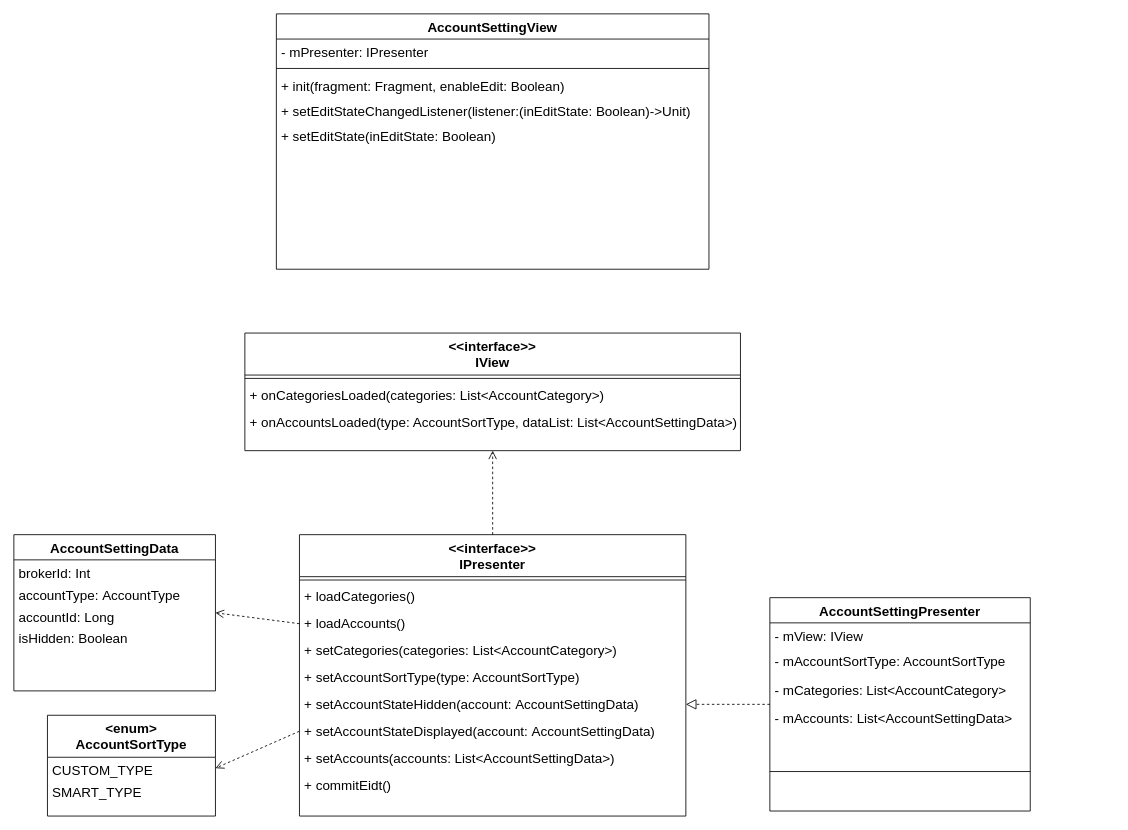
This is app/account_setting.drawio from EricHyh/KtPermissions, a draw.io file, before an edit. Source tidied: cells renumbered, new cells numbered last; positions are measured from the earlier drawing's top-left corner, leaving out a move shared by most shapes. Both pictures are drawn from the tidied source at 84%, with x=0, y=0 at pixel (13, 13).
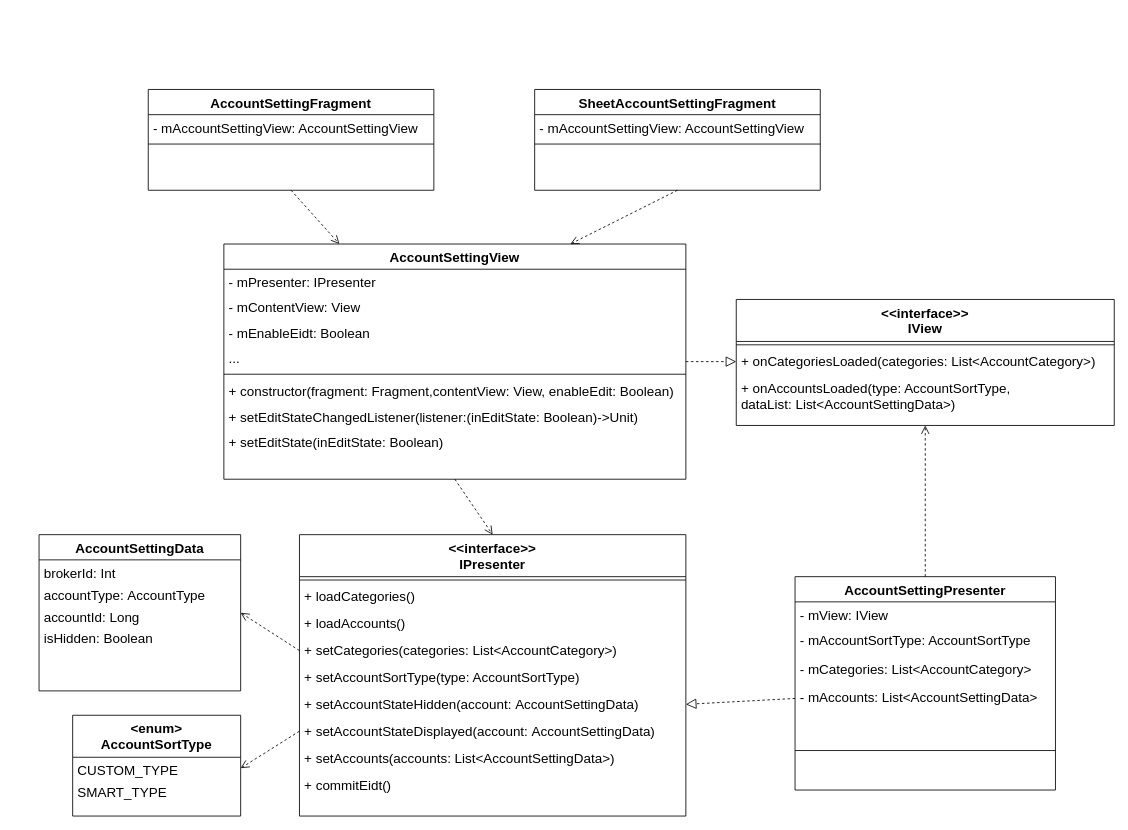
After the change.

The change refers to these unchanged cells:
```xml
<mxCell id="7" value="&lt;&lt;interface&gt;&gt;&#10;IPresenter&#10;" style="swimlane;fontStyle=1;align=center;verticalAlign=top;horizontal=1;startSize=50;rounded=0;shadow=0;strokeWidth=1;fontSize=16;" parent="1" vertex="1">
  <mxGeometry x="340" y="620" width="460" height="335" as="geometry" />
</mxCell>
<mxCell id="10" value="+ loadAccounts()" style="text;align=left;verticalAlign=top;spacingLeft=4;spacingRight=4;overflow=hidden;points=[[0,0.5],[1,0.5]];portConstraint=eastwest;fontSize=16;" parent="7" vertex="1">
  <mxGeometry y="90" width="460" height="32" as="geometry" />
</mxCell>
<mxCell id="11" value="+ setCategories(categories: List&lt;AccountCategory&gt;)" style="text;align=left;verticalAlign=top;spacingLeft=4;spacingRight=4;overflow=hidden;points=[[0,0.5],[1,0.5]];portConstraint=eastwest;fontSize=16;" parent="7" vertex="1">
  <mxGeometry y="122" width="460" height="32" as="geometry" />
</mxCell>
<mxCell id="13" value="+ setAccountStateHidden(account: AccountSettingData)" style="text;align=left;verticalAlign=top;spacingLeft=4;spacingRight=4;overflow=hidden;points=[[0,0.5],[1,0.5]];portConstraint=eastwest;fontSize=16;" parent="7" vertex="1">
  <mxGeometry y="186" width="460" height="32" as="geometry" />
</mxCell>
<mxCell id="31" value="- mAccounts: List&lt;AccountSettingData&gt;" style="text;align=left;verticalAlign=top;spacingLeft=4;spacingRight=4;overflow=hidden;points=[[0,0.5],[1,0.5]];portConstraint=eastwest;rounded=0;shadow=0;html=0;fontSize=16;" parent="27" vertex="1">
  <mxGeometry y="128" width="310" height="34" as="geometry" />
</mxCell>
```

Diff of the diagram source:
```diff
@@
     <mxCell id="3" value="&lt;&lt;interface&gt;&gt;&#10;IView&#10;" style="swimlane;fontStyle=1;align=center;verticalAlign=top;horizontal=1;startSize=50;rounded=0;shadow=0;strokeWidth=1;fontSize=16;" parent="1" vertex="1">
-      <mxGeometry x="275" y="380" width="590" height="140" as="geometry" />
+      <mxGeometry x="860" y="340" width="450" height="150" as="geometry" />
     </mxCell>
     <mxCell id="4" style="line;html=1;strokeWidth=1;align=left;verticalAlign=middle;spacingTop=-1;spacingLeft=3;spacingRight=3;labelPosition=right;fontSize=16;" parent="3" vertex="1">
-      <mxGeometry y="50" width="590" height="8" as="geometry" />
+      <mxGeometry y="50" width="450" height="8" as="geometry" />
     </mxCell>
     <mxCell id="5" value="+ onCategoriesLoaded(categories: List&lt;AccountCategory&gt;)" style="text;align=left;verticalAlign=top;spacingLeft=4;spacingRight=4;overflow=hidden;points=[[0,0.5],[1,0.5]];portConstraint=eastwest;fontSize=16;" parent="3" vertex="1">
-      <mxGeometry y="58" width="590" height="32" as="geometry" />
+      <mxGeometry y="58" width="450" height="32" as="geometry" />
     </mxCell>
-    <mxCell id="6" value="+ onAccountsLoaded(type: AccountSortType, dataList: List&lt;AccountSettingData&gt;)" style="text;align=left;verticalAlign=top;spacingLeft=4;spacingRight=4;overflow=hidden;fontSize=16;" parent="3" vertex="1">
-      <mxGeometry y="90" width="590" height="30" as="geometry" />
+    <mxCell id="6" value="+ onAccountsLoaded(type: AccountSortType, &#10;dataList: List&lt;AccountSettingData&gt;)" style="text;align=left;verticalAlign=top;spacingLeft=4;spacingRight=4;overflow=hidden;fontSize=16;" parent="3" vertex="1">
+      <mxGeometry y="90" width="450" height="50" as="geometry" />
     </mxCell>
@@
     <mxCell id="17" value="&lt;enum&gt;&#10;AccountSortType" style="swimlane;fontStyle=1;align=center;verticalAlign=top;horizontal=1;startSize=50;rounded=0;shadow=0;strokeWidth=1;fontSize=16;" parent="1" vertex="1">
-      <mxGeometry x="40" y="835" width="200" height="120" as="geometry" />
+      <mxGeometry x="70" y="835" width="200" height="120" as="geometry" />
     </mxCell>
@@
     <mxCell id="20" value="AccountSettingData" style="swimlane;fontStyle=1;align=center;verticalAlign=top;horizontal=1;startSize=30;rounded=0;shadow=0;strokeWidth=1;fontSize=16;" parent="1" vertex="1">
-      <mxGeometry y="620" width="240" height="186" as="geometry" />
+      <mxGeometry x="30" y="620" width="240" height="186" as="geometry" />
     </mxCell>
@@
-    <mxCell id="25" style="html=1;verticalAlign=bottom;endArrow=open;dashed=1;endSize=8;entryX=1;entryY=0.5;entryDx=0;entryDy=0;fontSize=16;exitX=0;exitY=0.5;exitDx=0;exitDy=0;" parent="1" edge="1" source="10" target="20">
+    <mxCell id="25" style="html=1;verticalAlign=bottom;endArrow=open;dashed=1;endSize=8;entryX=1;entryY=0.5;entryDx=0;entryDy=0;fontSize=16;exitX=0;exitY=0.5;exitDx=0;exitDy=0;" parent="1" edge="1" source="11" target="20">
       <mxGeometry relative="1" as="geometry" />
     </mxCell>
-    <mxCell id="26" style="html=1;verticalAlign=bottom;endArrow=open;dashed=1;endSize=8;fontSize=16;exitX=0.5;exitY=0;exitDx=0;exitDy=0;entryX=0.5;entryY=1;entryDx=0;entryDy=0;" parent="1" edge="1" source="7" target="3">
-      <mxGeometry relative="1" as="geometry" />
-    </mxCell>
     <mxCell id="27" value="AccountSettingPresenter" style="swimlane;fontStyle=1;align=center;verticalAlign=top;horizontal=1;startSize=30;rounded=0;shadow=0;strokeWidth=1;fontSize=16;" parent="1" vertex="1">
-      <mxGeometry x="900" y="695" width="310" height="254" as="geometry" />
+      <mxGeometry x="930" y="670" width="310" height="254" as="geometry" />
     </mxCell>
@@
-    <mxCell id="33" style="endArrow=block;endSize=10;endFill=0;shadow=0;strokeWidth=1;rounded=0;elbow=vertical;exitX=0;exitY=0.5;exitDx=0;exitDy=0;fontSize=16;entryX=1;entryY=0.5;entryDx=0;entryDy=0;dashed=1;" parent="1" edge="1" source="27" target="13">
+    <mxCell id="33" style="endArrow=block;endSize=10;endFill=0;shadow=0;strokeWidth=1;rounded=0;elbow=vertical;fontSize=16;entryX=1;entryY=0.5;entryDx=0;entryDy=0;dashed=1;exitX=0;exitY=0.5;exitDx=0;exitDy=0;" parent="1" edge="1" source="31" target="13">
       <mxGeometry relative="1" as="geometry" />
     </mxCell>
     <mxCell id="34" value="AccountSettingView&#10;" style="swimlane;fontStyle=1;align=center;verticalAlign=top;horizontal=1;startSize=30;rounded=0;shadow=0;strokeWidth=1;fontSize=16;" parent="1" vertex="1">
-      <mxGeometry x="312.5" width="515" height="304" as="geometry" />
+      <mxGeometry x="250" y="274" width="550" height="280" as="geometry" />
     </mxCell>
     <mxCell id="35" value="- mPresenter: IPresenter" style="text;align=left;verticalAlign=top;spacingLeft=4;spacingRight=4;overflow=hidden;fontSize=16;" parent="34" vertex="1">
-      <mxGeometry y="30" width="515" height="30" as="geometry" />
+      <mxGeometry y="30" width="550" height="30" as="geometry" />
     </mxCell>
+    <mxCell id="40" value="- mContentView: View" style="text;align=left;verticalAlign=top;spacingLeft=4;spacingRight=4;overflow=hidden;fontSize=16;" parent="34" vertex="1">
+      <mxGeometry y="60" width="550" height="30" as="geometry" />
+    </mxCell>
+    <mxCell id="41" value="- mEnableEidt: Boolean" style="text;align=left;verticalAlign=top;spacingLeft=4;spacingRight=4;overflow=hidden;fontSize=16;" parent="34" vertex="1">
+      <mxGeometry y="90" width="550" height="30" as="geometry" />
+    </mxCell>
+    <mxCell id="42" value="..." style="text;align=left;verticalAlign=top;spacingLeft=4;spacingRight=4;overflow=hidden;fontSize=16;" parent="34" vertex="1">
+      <mxGeometry y="120" width="550" height="30" as="geometry" />
+    </mxCell>
     <mxCell id="36" style="line;html=1;strokeWidth=1;align=left;verticalAlign=middle;spacingTop=-1;spacingLeft=3;spacingRight=3;labelPosition=right;fontSize=16;" parent="34" vertex="1">
-      <mxGeometry y="60" width="515" height="10" as="geometry" />
+      <mxGeometry y="150" width="550" height="10" as="geometry" />
     </mxCell>
-    <mxCell id="37" value="+ init(fragment: Fragment, enableEdit: Boolean)" style="text;align=left;verticalAlign=top;spacingLeft=4;spacingRight=4;overflow=hidden;fontSize=16;" parent="34" vertex="1">
-      <mxGeometry y="70" width="515" height="30" as="geometry" />
+    <mxCell id="37" value="+ constructor(fragment: Fragment,contentView: View, enableEdit: Boolean)" style="text;align=left;verticalAlign=top;spacingLeft=4;spacingRight=4;overflow=hidden;fontSize=16;" parent="34" vertex="1">
+      <mxGeometry y="160" width="550" height="30" as="geometry" />
     </mxCell>
     <mxCell id="38" value="+ setEditStateChangedListener(listener:(inEditState: Boolean)-&gt;Unit)" style="text;align=left;verticalAlign=top;spacingLeft=4;spacingRight=4;overflow=hidden;fontSize=16;" parent="34" vertex="1">
-      <mxGeometry y="100" width="515" height="30" as="geometry" />
+      <mxGeometry y="190" width="550" height="30" as="geometry" />
     </mxCell>
     <mxCell id="39" value="+ setEditState(inEditState: Boolean)" style="text;align=left;verticalAlign=top;spacingLeft=4;spacingRight=4;overflow=hidden;fontSize=16;" parent="34" vertex="1">
-      <mxGeometry y="130" width="515" height="30" as="geometry" />
+      <mxGeometry y="220" width="550" height="30" as="geometry" />
     </mxCell>
+    <mxCell id="43" style="html=1;verticalAlign=bottom;endArrow=open;dashed=1;endSize=8;entryX=0.5;entryY=0;entryDx=0;entryDy=0;fontSize=16;" parent="1" edge="1" target="7">
+      <mxGeometry relative="1" as="geometry">
+        <mxPoint x="525" y="554" as="sourcePoint" />
+      </mxGeometry>
+    </mxCell>
+    <mxCell id="44" style="endArrow=block;endSize=10;endFill=0;shadow=0;strokeWidth=1;rounded=0;elbow=vertical;exitX=1;exitY=0.5;exitDx=0;exitDy=0;fontSize=16;entryX=0;entryY=0.5;entryDx=0;entryDy=0;dashed=1;" parent="1" edge="1" source="34" target="5">
+      <mxGeometry relative="1" as="geometry" />
+    </mxCell>
+    <mxCell id="45" style="html=1;verticalAlign=bottom;endArrow=open;dashed=1;endSize=8;entryX=0.5;entryY=1;entryDx=0;entryDy=0;fontSize=16;exitX=0.5;exitY=0;exitDx=0;exitDy=0;" parent="1" edge="1" source="27" target="3">
+      <mxGeometry relative="1" as="geometry" />
+    </mxCell>
+    <mxCell id="46" value="AccountSettingFragment" style="swimlane;fontStyle=1;align=center;verticalAlign=top;horizontal=1;startSize=30;rounded=0;shadow=0;strokeWidth=1;fontSize=16;" parent="1" vertex="1">
+      <mxGeometry x="160" y="90" width="340" height="120" as="geometry" />
+    </mxCell>
+    <mxCell id="47" value="- mAccountSettingView: AccountSettingView&#10;" style="text;align=left;verticalAlign=top;spacingLeft=4;spacingRight=4;overflow=hidden;fontSize=16;" parent="46" vertex="1">
+      <mxGeometry y="30" width="340" height="30" as="geometry" />
+    </mxCell>
+    <mxCell id="48" style="line;html=1;strokeWidth=1;align=left;verticalAlign=middle;spacingTop=-1;spacingLeft=3;spacingRight=3;labelPosition=right;fontSize=16;" parent="46" vertex="1">
+      <mxGeometry y="60" width="340" height="10" as="geometry" />
+    </mxCell>
+    <mxCell id="49" value="SheetAccountSettingFragment" style="swimlane;fontStyle=1;align=center;verticalAlign=top;horizontal=1;startSize=30;rounded=0;shadow=0;strokeWidth=1;fontSize=16;" parent="1" vertex="1">
+      <mxGeometry x="620" y="90" width="340" height="120" as="geometry" />
+    </mxCell>
+    <mxCell id="50" value="- mAccountSettingView: AccountSettingView&#10;" style="text;align=left;verticalAlign=top;spacingLeft=4;spacingRight=4;overflow=hidden;fontSize=16;" parent="49" vertex="1">
+      <mxGeometry y="30" width="340" height="30" as="geometry" />
+    </mxCell>
+    <mxCell id="51" style="line;html=1;strokeWidth=1;align=left;verticalAlign=middle;spacingTop=-1;spacingLeft=3;spacingRight=3;labelPosition=right;fontSize=16;" parent="49" vertex="1">
+      <mxGeometry y="60" width="340" height="10" as="geometry" />
+    </mxCell>
+    <mxCell id="52" style="html=1;verticalAlign=bottom;endArrow=open;dashed=1;endSize=8;entryX=0.25;entryY=0;entryDx=0;entryDy=0;fontSize=16;exitX=0.5;exitY=1;exitDx=0;exitDy=0;" parent="1" edge="1" source="46" target="34">
+      <mxGeometry relative="1" as="geometry" />
+    </mxCell>
+    <mxCell id="53" style="html=1;verticalAlign=bottom;endArrow=open;dashed=1;endSize=8;entryX=0.75;entryY=0;entryDx=0;entryDy=0;fontSize=16;exitX=0.5;exitY=1;exitDx=0;exitDy=0;" parent="1" edge="1" source="49" target="34">
+      <mxGeometry relative="1" as="geometry" />
+    </mxCell>
```
